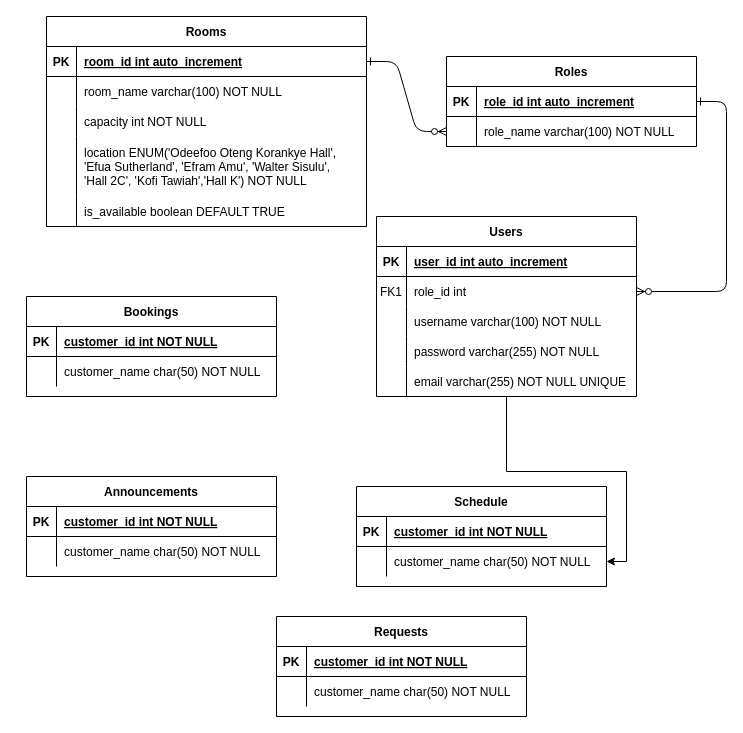
Before: WebTechFinalProject/db/Untitled Diagram.drawio in Lamiorkor/WebTech_A_Team3, a draw.io diagram. Source tidied: cells renumbered, new cells numbered last; positions are measured from the earlier drawing's top-left corner, leaving out a move shared by most shapes. Both pictures are drawn from the tidied source at 100%, with x=0, y=0 at pixel (26, 16).
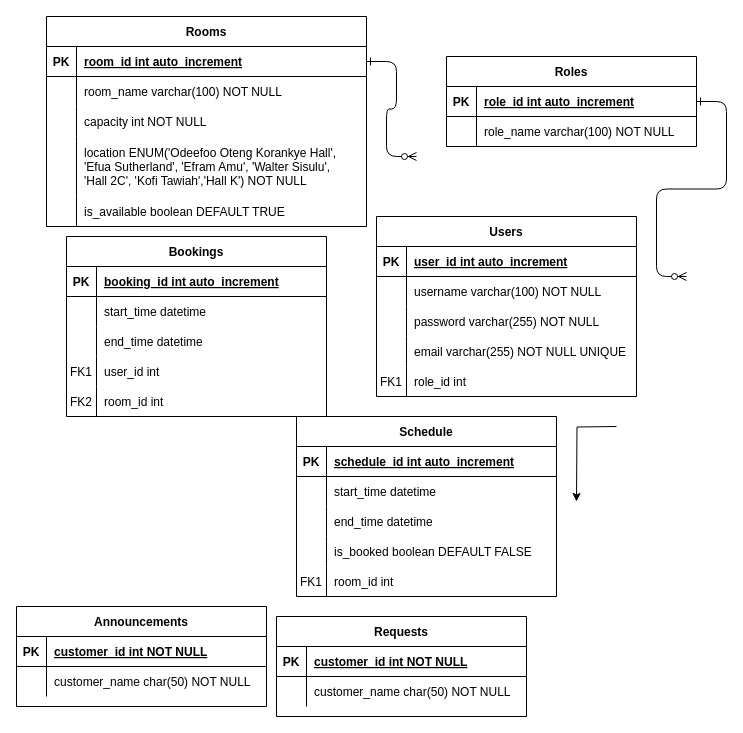
After the change.

The change refers to these unchanged cells:
```xml
<mxCell id="5" style="shape=partialRectangle;fillColor=none;points=[[0,0.5],[1,0.5]];portConstraint=eastwest;top=0;left=0;right=0;bottom=1;" parent="4" vertex="1">
  <mxGeometry y="30" width="250" height="30" as="geometry" />
</mxCell>
<mxCell id="8" style="shape=partialRectangle;fillColor=none;points=[[0,0.5],[1,0.5]];portConstraint=eastwest;top=0;left=0;right=0;bottom=0;" parent="4" vertex="1">
  <mxGeometry y="60" width="250" height="30" as="geometry" />
</mxCell>
<mxCell id="12" value="Users" style="shape=table;startSize=30;childLayout=tableLayout;rowLines=0;fontStyle=1;align=center;" parent="1" vertex="1">
  <mxGeometry x="350" y="200" width="260" height="180" as="geometry" />
</mxCell>
<mxCell id="29" style="shape=partialRectangle;fillColor=none;points=[[0,0.5],[1,0.5]];portConstraint=eastwest;top=0;left=0;right=0;bottom=1;" parent="28" vertex="1">
  <mxGeometry y="30" width="320" height="30" as="geometry" />
</mxCell>
```

What changed in the source:
```diff
@@
-    <mxCell id="2" style="edgeStyle=entityRelationEdgeStyle;endArrow=ERzeroToMany;startArrow=ERone;endFill=1;startFill=0;" parent="1" edge="1" source="29" target="8">
-      <mxGeometry relative="1" as="geometry" />
+    <mxCell id="2" style="edgeStyle=entityRelationEdgeStyle;endArrow=ERzeroToMany;startArrow=ERone;endFill=1;startFill=0;" parent="1" edge="1" source="29">
+      <mxGeometry relative="1" as="geometry">
+        <mxPoint x="390" y="140" as="targetPoint" />
+        <Array as="points">
+          <mxPoint x="400" y="130" />
+        </Array>
+      </mxGeometry>
     </mxCell>
-    <mxCell id="3" style="edgeStyle=entityRelationEdgeStyle;endArrow=ERzeroToMany;startArrow=ERone;endFill=1;startFill=0;" parent="1" edge="1" source="5" target="16">
-      <mxGeometry relative="1" as="geometry" />
+    <mxCell id="3" style="edgeStyle=entityRelationEdgeStyle;endArrow=ERzeroToMany;startArrow=ERone;endFill=1;startFill=0;" parent="1" edge="1" source="5">
+      <mxGeometry relative="1" as="geometry">
+        <mxPoint x="660" y="260" as="targetPoint" />
+      </mxGeometry>
     </mxCell>
@@
-    <mxCell id="11" style="edgeStyle=orthogonalEdgeStyle;rounded=0;jettySize=auto;html=1;" parent="1" edge="1" source="12" target="48">
-      <mxGeometry relative="1" as="geometry" />
+    <mxCell id="11" style="edgeStyle=orthogonalEdgeStyle;rounded=0;orthogonalLoop=1;jettySize=auto;html=1;" parent="1" edge="1">
+      <mxGeometry relative="1" as="geometry">
+        <mxPoint x="590" y="410" as="sourcePoint" />
+        <mxPoint x="550" y="485" as="targetPoint" />
+      </mxGeometry>
     </mxCell>
@@
-    <mxCell id="16" style="shape=partialRectangle;fillColor=none;points=[[0,0.5],[1,0.5]];portConstraint=eastwest;top=0;left=0;right=0;bottom=0;" parent="12" vertex="1">
-      <mxGeometry y="60" width="260" height="30" as="geometry" />
-    </mxCell>
-    <mxCell id="17" value="FK1" style="shape=partialRectangle;overflow=hidden;fillColor=none;top=0;left=0;bottom=0;right=0;" parent="16" vertex="1">
-      <mxGeometry width="30" height="30" as="geometry" />
-    </mxCell>
-    <mxCell id="18" value="role_id int" style="shape=partialRectangle;overflow=hidden;fillColor=none;top=0;left=0;bottom=0;right=0;align=left;spacingLeft=6;" parent="16" vertex="1">
-      <mxGeometry x="30" width="230" height="30" as="geometry" />
-    </mxCell>
     <mxCell id="19" style="shape=partialRectangle;fillColor=none;top=0;left=0;right=0;bottom=0;" parent="12" vertex="1">
-      <mxGeometry y="90" width="260" height="30" as="geometry" />
+      <mxGeometry y="60" width="260" height="30" as="geometry" />
     </mxCell>
@@
     <mxCell id="22" style="shape=partialRectangle;fillColor=none;top=0;left=0;right=0;bottom=0;" parent="12" vertex="1">
-      <mxGeometry y="120" width="260" height="30" as="geometry" />
+      <mxGeometry y="90" width="260" height="30" as="geometry" />
     </mxCell>
@@
     <mxCell id="25" style="shape=partialRectangle;fillColor=none;top=0;left=0;right=0;bottom=0;" parent="12" vertex="1">
-      <mxGeometry y="150" width="260" height="30" as="geometry" />
+      <mxGeometry y="120" width="260" height="30" as="geometry" />
     </mxCell>
@@
+    <mxCell id="72" style="shape=partialRectangle;fillColor=none;top=0;left=0;right=0;bottom=0;" parent="12" vertex="1">
+      <mxGeometry y="150" width="260" height="30" as="geometry" />
+    </mxCell>
+    <mxCell id="73" value="FK1" style="shape=partialRectangle;overflow=hidden;fillColor=none;top=0;left=0;bottom=0;right=0;" parent="72" vertex="1">
+      <mxGeometry width="30" height="30" as="geometry" />
+    </mxCell>
+    <mxCell id="18" value="role_id int" style="shape=partialRectangle;overflow=hidden;fillColor=none;top=0;left=0;bottom=0;right=0;align=left;spacingLeft=6;" parent="72" vertex="1">
+      <mxGeometry x="30" width="230" height="30" as="geometry" />
+    </mxCell>
@@
-    <mxCell id="44" value="Schedule" style="shape=table;startSize=30;childLayout=tableLayout;rowLines=0;fontStyle=1;align=center;" parent="1" vertex="1">
-      <mxGeometry x="330" y="470" width="250" height="100" as="geometry" />
-    </mxCell>
-    <mxCell id="45" style="shape=partialRectangle;fillColor=none;top=0;left=0;right=0;bottom=1;" parent="44" vertex="1">
-      <mxGeometry y="30" width="250" height="30" as="geometry" />
-    </mxCell>
-    <mxCell id="46" value="PK" style="shape=partialRectangle;overflow=hidden;fillColor=none;top=0;left=0;bottom=0;right=0;fontStyle=1;" parent="45" vertex="1">
-      <mxGeometry width="30" height="30" as="geometry" />
-    </mxCell>
-    <mxCell id="47" value="customer_id int NOT NULL " style="shape=partialRectangle;overflow=hidden;fillColor=none;top=0;left=0;bottom=0;right=0;align=left;spacingLeft=6;fontStyle=5;" parent="45" vertex="1">
-      <mxGeometry x="30" width="220" height="30" as="geometry" />
-    </mxCell>
-    <mxCell id="48" style="shape=partialRectangle;fillColor=none;points=[[0,0.5],[1,0.5]];portConstraint=eastwest;top=0;left=0;right=0;bottom=0;" parent="44" vertex="1">
-      <mxGeometry y="60" width="250" height="30" as="geometry" />
-    </mxCell>
-    <mxCell id="49" style="shape=partialRectangle;overflow=hidden;fillColor=none;top=0;left=0;bottom=0;right=0;" parent="48" vertex="1">
-      <mxGeometry width="30" height="30" as="geometry" />
-    </mxCell>
-    <mxCell id="50" value="customer_name char(50) NOT NULL" style="shape=partialRectangle;overflow=hidden;fillColor=none;top=0;left=0;bottom=0;right=0;align=left;spacingLeft=6;" parent="48" vertex="1">
-      <mxGeometry x="30" width="220" height="30" as="geometry" />
-    </mxCell>
@@
-    <mxCell id="58" value="Bookings" style="shape=table;startSize=30;childLayout=tableLayout;rowLines=0;fontStyle=1;align=center;" parent="1" vertex="1">
-      <mxGeometry y="280" width="250" height="100" as="geometry" />
-    </mxCell>
-    <mxCell id="59" style="shape=partialRectangle;fillColor=none;top=0;left=0;right=0;bottom=1;" parent="58" vertex="1">
-      <mxGeometry y="30" width="250" height="30" as="geometry" />
-    </mxCell>
-    <mxCell id="60" value="PK" style="shape=partialRectangle;overflow=hidden;fillColor=none;top=0;left=0;bottom=0;right=0;fontStyle=1;" parent="59" vertex="1">
-      <mxGeometry width="30" height="30" as="geometry" />
-    </mxCell>
-    <mxCell id="61" value="customer_id int NOT NULL " style="shape=partialRectangle;overflow=hidden;fillColor=none;top=0;left=0;bottom=0;right=0;align=left;spacingLeft=6;fontStyle=5;" parent="59" vertex="1">
-      <mxGeometry x="30" width="220" height="30" as="geometry" />
-    </mxCell>
-    <mxCell id="62" style="shape=partialRectangle;fillColor=none;top=0;left=0;right=0;bottom=0;" parent="58" vertex="1">
-      <mxGeometry y="60" width="250" height="30" as="geometry" />
-    </mxCell>
-    <mxCell id="63" style="shape=partialRectangle;overflow=hidden;fillColor=none;top=0;left=0;bottom=0;right=0;" parent="62" vertex="1">
-      <mxGeometry width="30" height="30" as="geometry" />
-    </mxCell>
-    <mxCell id="64" value="customer_name char(50) NOT NULL" style="shape=partialRectangle;overflow=hidden;fillColor=none;top=0;left=0;bottom=0;right=0;align=left;spacingLeft=6;" parent="62" vertex="1">
-      <mxGeometry x="30" width="220" height="30" as="geometry" />
-    </mxCell>
     <mxCell id="65" value="Announcements" style="shape=table;startSize=30;childLayout=tableLayout;rowLines=0;fontStyle=1;align=center;" parent="1" vertex="1">
-      <mxGeometry y="460" width="250" height="100" as="geometry" />
+      <mxGeometry x="-10" y="590" width="250" height="100" as="geometry" />
     </mxCell>
@@
+    <mxCell id="58" value="Bookings" style="shape=table;startSize=30;childLayout=tableLayout;rowLines=0;fontStyle=1;align=center;" parent="1" vertex="1">
+      <mxGeometry x="40" y="220" width="260" height="180" as="geometry" />
+    </mxCell>
+    <mxCell id="74" style="shape=partialRectangle;fillColor=none;top=0;left=0;right=0;bottom=1;" parent="58" vertex="1">
+      <mxGeometry y="30" width="260" height="30" as="geometry" />
+    </mxCell>
+    <mxCell id="75" value="PK" style="shape=partialRectangle;overflow=hidden;fillColor=none;top=0;left=0;bottom=0;right=0;fontStyle=1;" parent="74" vertex="1">
+      <mxGeometry width="30" height="30" as="geometry" />
+    </mxCell>
+    <mxCell id="76" value="booking_id int auto_increment" style="shape=partialRectangle;overflow=hidden;fillColor=none;top=0;left=0;bottom=0;right=0;align=left;spacingLeft=6;fontStyle=5;" parent="74" vertex="1">
+      <mxGeometry x="30" width="230" height="30" as="geometry" />
+    </mxCell>
+    <mxCell id="77" style="shape=partialRectangle;fillColor=none;top=0;left=0;right=0;bottom=0;" parent="58" vertex="1">
+      <mxGeometry y="60" width="260" height="30" as="geometry" />
+    </mxCell>
+    <mxCell id="78" style="shape=partialRectangle;overflow=hidden;fillColor=none;top=0;left=0;bottom=0;right=0;" parent="77" vertex="1">
+      <mxGeometry width="30" height="30" as="geometry" />
+    </mxCell>
+    <mxCell id="79" value="start_time datetime" style="shape=partialRectangle;overflow=hidden;fillColor=none;top=0;left=0;bottom=0;right=0;align=left;spacingLeft=6;" parent="77" vertex="1">
+      <mxGeometry x="30" width="230" height="30" as="geometry" />
+    </mxCell>
+    <mxCell id="80" style="shape=partialRectangle;fillColor=none;top=0;left=0;right=0;bottom=0;" parent="58" vertex="1">
+      <mxGeometry y="90" width="260" height="30" as="geometry" />
+    </mxCell>
+    <mxCell id="81" style="shape=partialRectangle;overflow=hidden;fillColor=none;top=0;left=0;bottom=0;right=0;" parent="80" vertex="1">
+      <mxGeometry width="30" height="30" as="geometry" />
+    </mxCell>
+    <mxCell id="82" value="end_time datetime" style="shape=partialRectangle;overflow=hidden;fillColor=none;top=0;left=0;bottom=0;right=0;align=left;spacingLeft=6;" parent="80" vertex="1">
+      <mxGeometry x="30" width="230" height="30" as="geometry" />
+    </mxCell>
+    <mxCell id="83" style="shape=partialRectangle;fillColor=none;top=0;left=0;right=0;bottom=0;" parent="58" vertex="1">
+      <mxGeometry y="120" width="260" height="30" as="geometry" />
+    </mxCell>
+    <mxCell id="84" value="FK1" style="shape=partialRectangle;overflow=hidden;fillColor=none;top=0;left=0;bottom=0;right=0;" parent="83" vertex="1">
+      <mxGeometry width="30" height="30" as="geometry" />
+    </mxCell>
+    <mxCell id="85" value="user_id int" style="shape=partialRectangle;overflow=hidden;fillColor=none;top=0;left=0;bottom=0;right=0;align=left;spacingLeft=6;" parent="83" vertex="1">
+      <mxGeometry x="30" width="230" height="30" as="geometry" />
+    </mxCell>
+    <mxCell id="86" style="shape=partialRectangle;fillColor=none;top=0;left=0;right=0;bottom=0;" parent="58" vertex="1">
+      <mxGeometry y="150" width="260" height="30" as="geometry" />
+    </mxCell>
+    <mxCell id="87" value="FK2" style="shape=partialRectangle;overflow=hidden;fillColor=none;top=0;left=0;bottom=0;right=0;" parent="86" vertex="1">
+      <mxGeometry width="30" height="30" as="geometry" />
+    </mxCell>
+    <mxCell id="88" value="room_id int" style="shape=partialRectangle;overflow=hidden;fillColor=none;top=0;left=0;bottom=0;right=0;align=left;spacingLeft=6;" parent="86" vertex="1">
+      <mxGeometry x="30" width="230" height="30" as="geometry" />
+    </mxCell>
+    <mxCell id="44" value="Schedule" style="shape=table;startSize=30;childLayout=tableLayout;rowLines=0;fontStyle=1;align=center;" parent="1" vertex="1">
+      <mxGeometry x="270" y="400" width="260" height="180" as="geometry" />
+    </mxCell>
+    <mxCell id="89" style="shape=partialRectangle;fillColor=none;top=0;left=0;right=0;bottom=1;" parent="44" vertex="1">
+      <mxGeometry y="30" width="260" height="30" as="geometry" />
+    </mxCell>
+    <mxCell id="90" value="PK" style="shape=partialRectangle;overflow=hidden;fillColor=none;top=0;left=0;bottom=0;right=0;fontStyle=1;" parent="89" vertex="1">
+      <mxGeometry width="30" height="30" as="geometry" />
+    </mxCell>
+    <mxCell id="91" value="schedule_id int auto_increment" style="shape=partialRectangle;overflow=hidden;fillColor=none;top=0;left=0;bottom=0;right=0;align=left;spacingLeft=6;fontStyle=5;" parent="89" vertex="1">
+      <mxGeometry x="30" width="230" height="30" as="geometry" />
+    </mxCell>
+    <mxCell id="92" style="shape=partialRectangle;fillColor=none;top=0;left=0;right=0;bottom=0;" parent="44" vertex="1">
+      <mxGeometry y="60" width="260" height="30" as="geometry" />
+    </mxCell>
+    <mxCell id="93" style="shape=partialRectangle;overflow=hidden;fillColor=none;top=0;left=0;bottom=0;right=0;" parent="92" vertex="1">
+      <mxGeometry width="30" height="30" as="geometry" />
+    </mxCell>
+    <mxCell id="94" value="start_time datetime" style="shape=partialRectangle;overflow=hidden;fillColor=none;top=0;left=0;bottom=0;right=0;align=left;spacingLeft=6;" parent="92" vertex="1">
+      <mxGeometry x="30" width="230" height="30" as="geometry" />
+    </mxCell>
+    <mxCell id="95" style="shape=partialRectangle;fillColor=none;top=0;left=0;right=0;bottom=0;" parent="44" vertex="1">
+      <mxGeometry y="90" width="260" height="30" as="geometry" />
+    </mxCell>
+    <mxCell id="96" style="shape=partialRectangle;overflow=hidden;fillColor=none;top=0;left=0;bottom=0;right=0;" parent="95" vertex="1">
+      <mxGeometry width="30" height="30" as="geometry" />
+    </mxCell>
+    <mxCell id="97" value="end_time datetime" style="shape=partialRectangle;overflow=hidden;fillColor=none;top=0;left=0;bottom=0;right=0;align=left;spacingLeft=6;" parent="95" vertex="1">
+      <mxGeometry x="30" width="230" height="30" as="geometry" />
+    </mxCell>
+    <mxCell id="98" style="shape=partialRectangle;fillColor=none;top=0;left=0;right=0;bottom=0;" parent="44" vertex="1">
+      <mxGeometry y="120" width="260" height="30" as="geometry" />
+    </mxCell>
+    <mxCell id="99" style="shape=partialRectangle;overflow=hidden;fillColor=none;top=0;left=0;bottom=0;right=0;" parent="98" vertex="1">
+      <mxGeometry width="30" height="30" as="geometry" />
+    </mxCell>
+    <mxCell id="100" value="is_booked boolean DEFAULT FALSE" style="shape=partialRectangle;overflow=hidden;fillColor=none;top=0;left=0;bottom=0;right=0;align=left;spacingLeft=6;" parent="98" vertex="1">
+      <mxGeometry x="30" width="230" height="30" as="geometry" />
+    </mxCell>
+    <mxCell id="101" style="shape=partialRectangle;fillColor=none;top=0;left=0;right=0;bottom=0;" parent="44" vertex="1">
+      <mxGeometry y="150" width="260" height="30" as="geometry" />
+    </mxCell>
+    <mxCell id="102" value="FK1" style="shape=partialRectangle;overflow=hidden;fillColor=none;top=0;left=0;bottom=0;right=0;" parent="101" vertex="1">
+      <mxGeometry width="30" height="30" as="geometry" />
+    </mxCell>
+    <mxCell id="103" value="room_id int" style="shape=partialRectangle;overflow=hidden;fillColor=none;top=0;left=0;bottom=0;right=0;align=left;spacingLeft=6;" parent="101" vertex="1">
+      <mxGeometry x="30" width="230" height="30" as="geometry" />
+    </mxCell>
```
